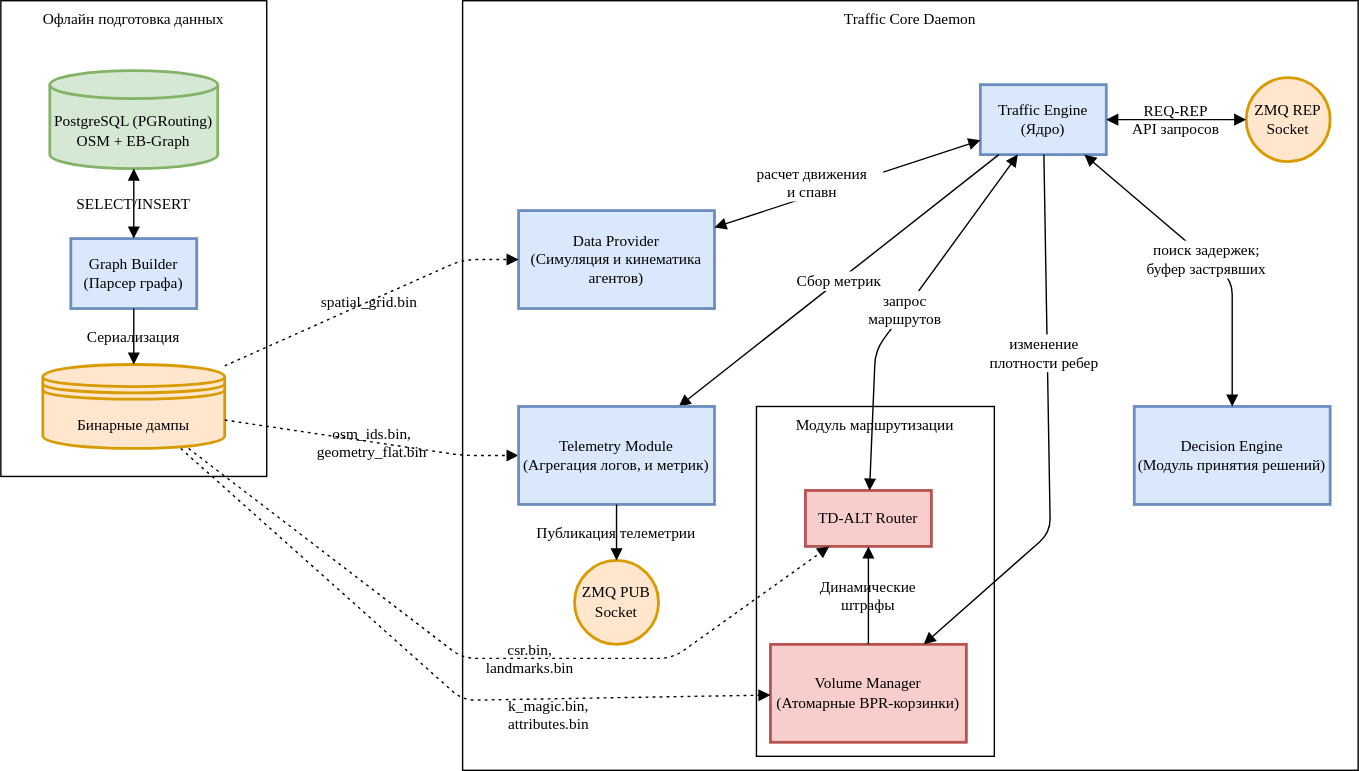
L1CH7/magistracy-diplom-iu12-docs keeps this draw.io diagram as assets/pdf/traffic_core.drawio.svg. Above is the earlier version. Source tidied: cells renumbered, new cells last; positions are measured from the earlier drawing's top-left corner, leaving out a move shared by most shapes.
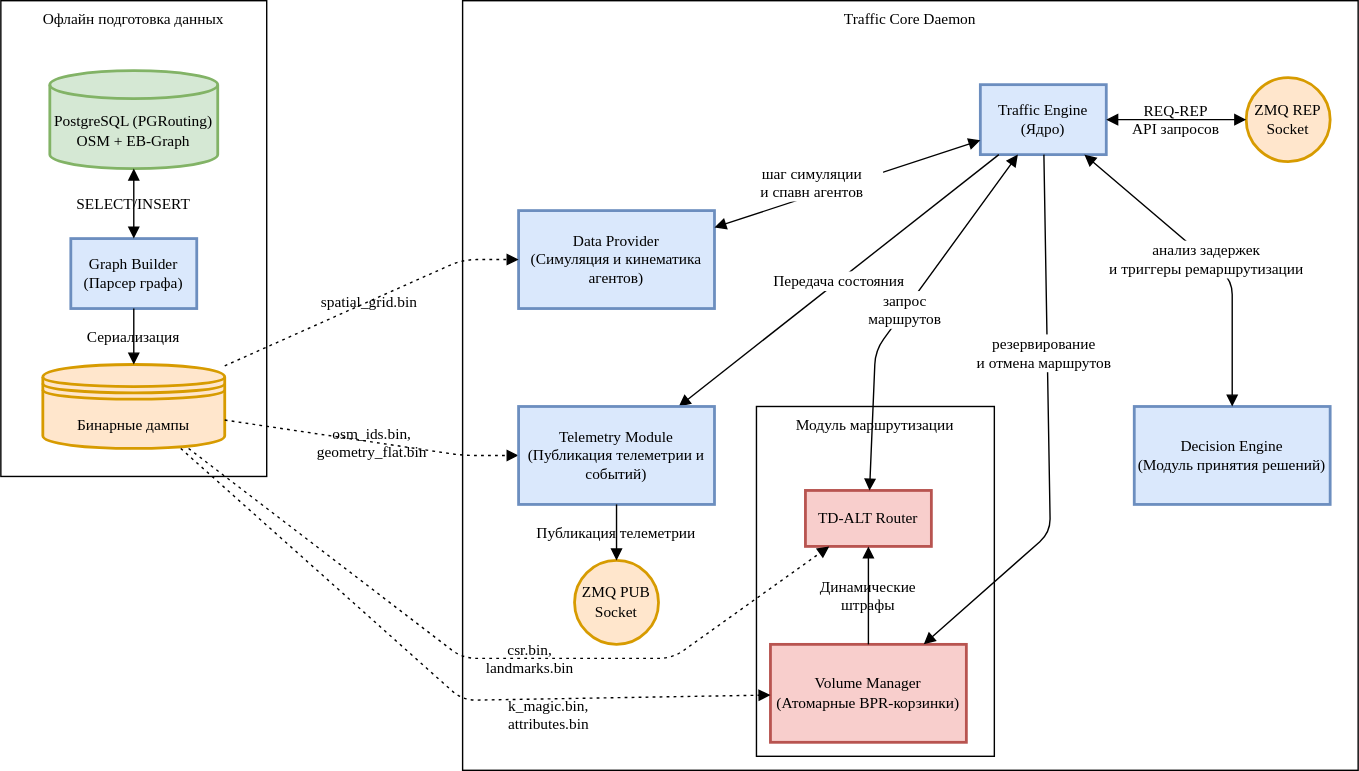
Later version of the same file.

Commit message:
рефакторинг 2 главы - правлю схему в 2.1

What changed in the source:
```diff
@@ -112,7 +112,7 @@
     <mxCell id="28" style="group;" parent="2" vertex="1">
       <mxGeometry x="370" y="290" width="140" height="170" as="geometry" />
     </mxCell>
-    <mxCell id="29" value="Telemetry Module&#10;(Агрегация логов, и метрик)" style="whiteSpace=wrap;strokeWidth=2;fillColor=#dae8fc;strokeColor=#6c8ebf;fontFamily=Jetbrains Mono;fontSource=https%3A%2F%2Ffonts.googleapis.com%2Fcss%3Ffamily%3DJetbrains%2BMono;fontSize=11;" parent="28" vertex="1">
+    <mxCell id="29" value="Telemetry Module&#10;(Публикация телеметрии и событий)" style="whiteSpace=wrap;strokeWidth=2;fillColor=#dae8fc;strokeColor=#6c8ebf;fontFamily=Jetbrains Mono;fontSource=https%3A%2F%2Ffonts.googleapis.com%2Fcss%3Ffamily%3DJetbrains%2BMono;fontSize=11;" parent="28" vertex="1">
       <mxGeometry width="140" height="70" as="geometry" />
     </mxCell>
     <mxCell id="30" value="ZMQ PUB Socket" style="ellipse;strokeWidth=2;whiteSpace=wrap;fillColor=#ffe6cc;strokeColor=#d79b00;fontFamily=Jetbrains Mono;fontSource=https%3A%2F%2Ffonts.googleapis.com%2Fcss%3Ffamily%3DJetbrains%2BMono;fontSize=11;" parent="28" vertex="1">
```
